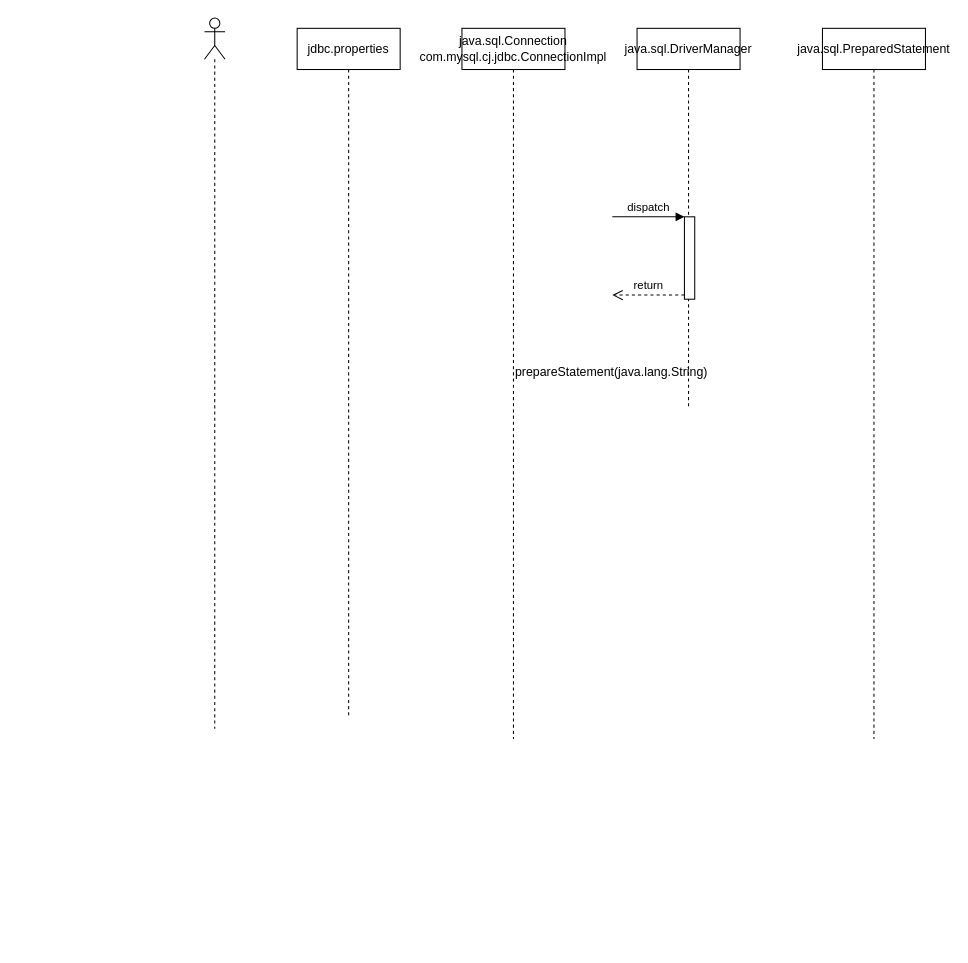
Above: page "jdbc_insert" (2 of 2) of ALL Diagram.drawio in zyazxr/AAA1Draw (draw.io), before the change. Source tidied: cells renumbered, new cells numbered last; positions are measured from the earlier drawing's top-left corner, leaving out a move shared by most shapes. Both pictures are drawn from the tidied source at 103%, with x=0, y=0 at pixel (204, 18).
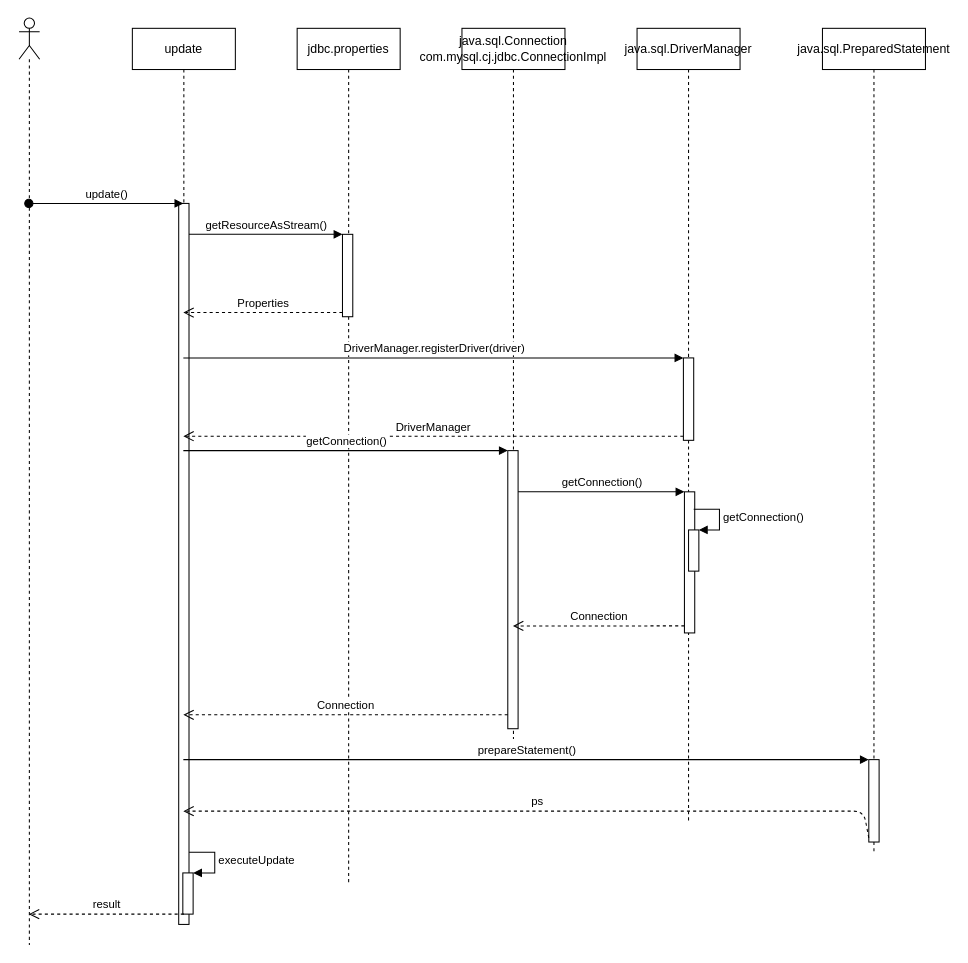
Above is the later version.

The change refers to these unchanged cells:
```xml
<mxCell id="4" value="java.sql.Connection&lt;br&gt;com.mysql.cj.jdbc.ConnectionImpl" style="shape=umlLifeline;perimeter=lifelinePerimeter;whiteSpace=wrap;html=1;" parent="1" vertex="1">
  <mxGeometry x="250" y="10" width="100" height="690" as="geometry" />
</mxCell>
```

Diff of the diagram source:
```diff
@@
     <mxCell id="2" style="shape=umlLifeline;participant=umlActor;perimeter=lifelinePerimeter;whiteSpace=wrap;html=1;verticalAlign=top;spacingTop=36;outlineConnect=0;" parent="1" vertex="1">
-      <mxGeometry width="20" height="690" as="geometry" />
+      <mxGeometry x="-180" width="20" height="900" as="geometry" />
     </mxCell>
     <mxCell id="3" value="jdbc.properties" style="shape=umlLifeline;perimeter=lifelinePerimeter;whiteSpace=wrap;html=1;" parent="1" vertex="1">
-      <mxGeometry x="90" y="10" width="100" height="670" as="geometry" />
+      <mxGeometry x="90" y="10" width="100" height="830" as="geometry" />
     </mxCell>
+    <mxCell id="11" style="html=1;points=[];perimeter=orthogonalPerimeter;" parent="3" vertex="1">
+      <mxGeometry x="44" y="200" width="10" height="80" as="geometry" />
+    </mxCell>
@@
+    <mxCell id="12" style="html=1;points=[];perimeter=orthogonalPerimeter;" parent="4" vertex="1">
+      <mxGeometry x="44.5" y="410" width="10" height="270" as="geometry" />
+    </mxCell>
     <mxCell id="5" value="java.sql.DriverManager" style="shape=umlLifeline;perimeter=lifelinePerimeter;whiteSpace=wrap;html=1;" parent="1" vertex="1">
-      <mxGeometry x="420" y="10" width="100" height="370" as="geometry" />
+      <mxGeometry x="420" y="10" width="100" height="770" as="geometry" />
     </mxCell>
+    <mxCell id="13" style="html=1;points=[];perimeter=orthogonalPerimeter;" parent="5" vertex="1">
+      <mxGeometry x="45" y="320" width="10" height="80" as="geometry" />
+    </mxCell>
+    <mxCell id="10" value="java.sql.PreparedStatement" style="shape=umlLifeline;perimeter=lifelinePerimeter;whiteSpace=wrap;html=1;" parent="1" vertex="1">
+      <mxGeometry x="600" y="10" width="100" height="800" as="geometry" />
+    </mxCell>
+    <mxCell id="14" style="html=1;points=[];perimeter=orthogonalPerimeter;" parent="10" vertex="1">
+      <mxGeometry x="45" y="710" width="10" height="80" as="geometry" />
+    </mxCell>
+    <mxCell id="15" value="update" style="shape=umlLifeline;perimeter=lifelinePerimeter;whiteSpace=wrap;html=1;outlineConnect=0;" parent="1" vertex="1">
+      <mxGeometry x="-70" y="10" width="100" height="870" as="geometry" />
+    </mxCell>
+    <mxCell id="16" style="html=1;points=[];perimeter=orthogonalPerimeter;" parent="15" vertex="1">
+      <mxGeometry x="45" y="170" width="10" height="700" as="geometry" />
+    </mxCell>
+    <mxCell id="17" style="html=1;points=[];perimeter=orthogonalPerimeter;" parent="15" vertex="1">
+      <mxGeometry x="49" y="820" width="10" height="40" as="geometry" />
+    </mxCell>
+    <mxCell id="18" value="executeUpdate" style="edgeStyle=orthogonalEdgeStyle;html=1;align=left;spacingLeft=2;endArrow=block;rounded=0;entryX=1;entryY=0;" parent="15" edge="1" target="17">
+      <mxGeometry relative="1" as="geometry">
+        <mxPoint x="55" y="800" as="sourcePoint" />
+        <Array as="points">
+          <mxPoint x="80" y="800" />
+        </Array>
+      </mxGeometry>
+    </mxCell>
+    <mxCell id="19" value="update()" style="html=1;verticalAlign=bottom;startArrow=oval;endArrow=block;startSize=8;" parent="1" edge="1">
+      <mxGeometry relative="1" as="geometry">
+        <mxPoint x="-170.5" y="180" as="sourcePoint" />
+        <mxPoint x="-20.5" y="180" as="targetPoint" />
+        <Array as="points">
+          <mxPoint x="-70" y="180" />
+        </Array>
+      </mxGeometry>
+    </mxCell>
+    <mxCell id="20" value="getResourceAsStream()" style="html=1;verticalAlign=bottom;endArrow=block;entryX=0;entryY=0;" parent="1" edge="1" source="16" target="11">
+      <mxGeometry relative="1" as="geometry" />
+    </mxCell>
+    <mxCell id="21" value="Properties" style="html=1;verticalAlign=bottom;endArrow=open;dashed=1;endSize=8;exitX=0;exitY=0.95;" parent="1" edge="1" source="11" target="15">
+      <mxGeometry relative="1" as="geometry" />
+    </mxCell>
-    <mxCell id="6" style="html=1;points=[];perimeter=orthogonalPerimeter;" parent="5" vertex="1">
-      <mxGeometry x="46" y="183" width="10" height="80" as="geometry" />
+    <mxCell id="6" style="html=1;points=[];perimeter=orthogonalPerimeter;" parent="1" vertex="1">
+      <mxGeometry x="466" y="460" width="10" height="137" as="geometry" />
     </mxCell>
+    <mxCell id="22" style="html=1;points=[];perimeter=orthogonalPerimeter;" parent="1" vertex="1">
+      <mxGeometry x="470" y="497" width="10" height="40" as="geometry" />
+    </mxCell>
+    <mxCell id="23" value="getConnection()" style="edgeStyle=orthogonalEdgeStyle;html=1;align=left;spacingLeft=2;endArrow=block;rounded=0;entryX=1;entryY=0;" parent="1" edge="1" target="22">
+      <mxGeometry relative="1" as="geometry">
+        <mxPoint x="475" y="477" as="sourcePoint" />
+        <Array as="points">
+          <mxPoint x="500" y="477" />
+        </Array>
+      </mxGeometry>
+    </mxCell>
+    <mxCell id="8" value="Connection" style="html=1;verticalAlign=bottom;endArrow=open;dashed=1;endSize=8;exitX=0;exitY=0.95;" parent="1" edge="1" source="6">
+      <mxGeometry relative="1" as="geometry">
+        <mxPoint x="299.5" y="590.2" as="targetPoint" />
+      </mxGeometry>
+    </mxCell>
-    <mxCell id="7" value="dispatch" style="html=1;verticalAlign=bottom;endArrow=block;entryX=0;entryY=0;" parent="5" edge="1" target="6">
-      <mxGeometry relative="1" as="geometry">
-        <mxPoint x="-24" y="183" as="sourcePoint" />
-      </mxGeometry>
+    <mxCell id="7" value="&lt;span style=&quot;text-align: left&quot;&gt;getConnection()&lt;/span&gt;" style="html=1;verticalAlign=bottom;endArrow=block;entryX=0;entryY=0;" parent="1" edge="1" source="12" target="6">
+      <mxGeometry relative="1" as="geometry" />
     </mxCell>
-    <mxCell id="8" value="return" style="html=1;verticalAlign=bottom;endArrow=open;dashed=1;endSize=8;exitX=0;exitY=0.95;" parent="5" edge="1" source="6">
-      <mxGeometry relative="1" as="geometry">
-        <mxPoint x="-24" y="259" as="targetPoint" />
-      </mxGeometry>
-    </mxCell>
-    <mxCell id="9" value="prepareStatement(java.lang.String)" style="text;whiteSpace=wrap;html=1;" parent="1" vertex="1">
-      <mxGeometry x="300" y="330" width="190" height="30" as="geometry" />
-    </mxCell>
-    <mxCell id="10" value="java.sql.PreparedStatement" style="shape=umlLifeline;perimeter=lifelinePerimeter;whiteSpace=wrap;html=1;" parent="1" vertex="1">
-      <mxGeometry x="600" y="10" width="100" height="690" as="geometry" />
-    </mxCell>
+    <mxCell id="24" value="prepareStatement()" style="html=1;verticalAlign=bottom;endArrow=block;entryX=0;entryY=0;" parent="1" edge="1" source="15" target="14">
+      <mxGeometry relative="1" as="geometry" />
+    </mxCell>
+    <mxCell id="25" value="ps" style="html=1;verticalAlign=bottom;endArrow=open;dashed=1;endSize=8;exitX=0;exitY=0.95;" parent="1" edge="1" source="14" target="15">
+      <mxGeometry relative="1" as="geometry">
+        <Array as="points">
+          <mxPoint x="640" y="770" />
+          <mxPoint x="310" y="770" />
+        </Array>
+      </mxGeometry>
+    </mxCell>
+    <mxCell id="26" value="DriverManager.registerDriver(driver)" style="html=1;verticalAlign=bottom;endArrow=block;entryX=0;entryY=0;" parent="1" edge="1" source="15" target="13">
+      <mxGeometry relative="1" as="geometry" />
+    </mxCell>
+    <mxCell id="27" value="DriverManager" style="html=1;verticalAlign=bottom;endArrow=open;dashed=1;endSize=8;exitX=0;exitY=0.95;" parent="1" edge="1" source="13" target="15">
+      <mxGeometry relative="1" as="geometry" />
+    </mxCell>
+    <mxCell id="28" value="&lt;span style=&quot;text-align: left&quot;&gt;getConnection()&lt;/span&gt;" style="html=1;verticalAlign=bottom;endArrow=block;entryX=0;entryY=0;" parent="1" edge="1" source="15" target="12">
+      <mxGeometry relative="1" as="geometry" />
+    </mxCell>
+    <mxCell id="29" value="Connection" style="html=1;verticalAlign=bottom;endArrow=open;dashed=1;endSize=8;exitX=0;exitY=0.95;" parent="1" edge="1" source="12" target="15">
+      <mxGeometry relative="1" as="geometry" />
+    </mxCell>
+    <mxCell id="30" value="result" style="html=1;verticalAlign=bottom;endArrow=open;dashed=1;endSize=8;" parent="1" edge="1" target="2">
+      <mxGeometry relative="1" as="geometry">
+        <mxPoint x="-20" y="870" as="sourcePoint" />
+      </mxGeometry>
+    </mxCell>
```
